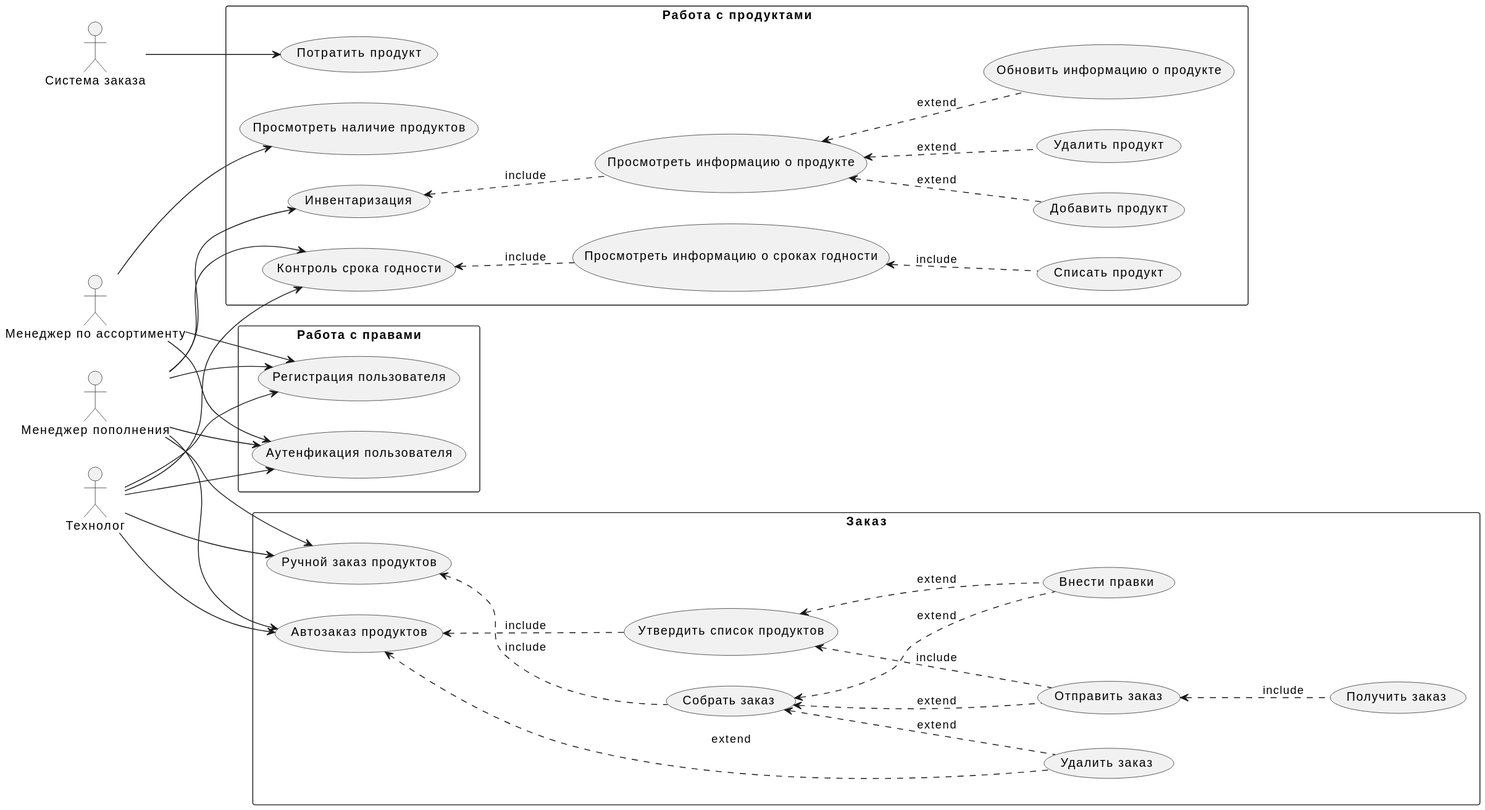
Above: site/diagrams/out/usecase.svg in KapustinaAnna/KapustinaAnna.github.io (PlantUML), before the change.
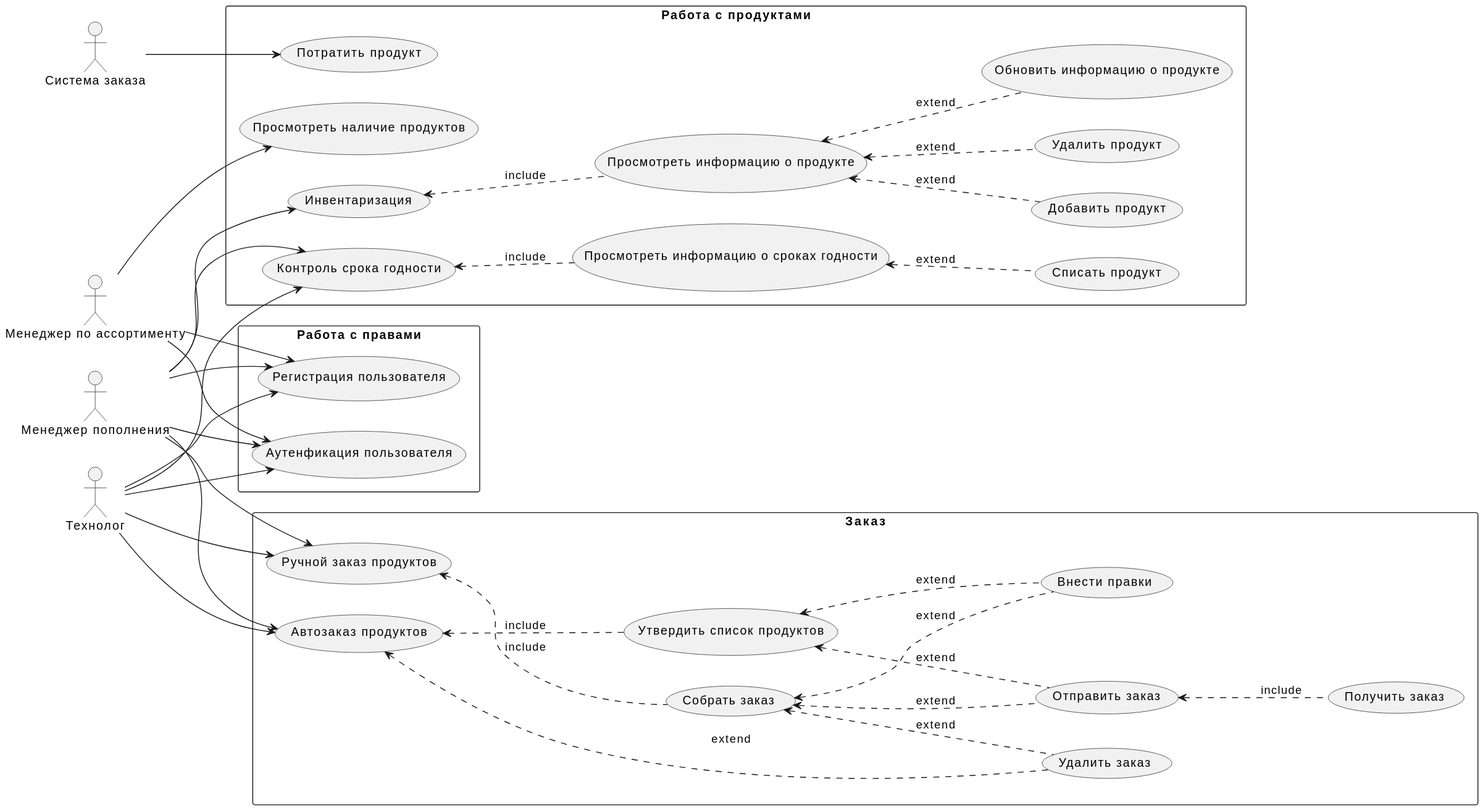
The same diagram one commit later.

The edit, as a diff of the source:
```diff
@@ -66,12 +66,12 @@
 AP<--AP0 #line.dashed; :include
 AP<--AP2 #line.dashed; :extend
 AP0<--AP1 #line.dashed; :extend
-AP0<--AP3 #line.dashed; :include
+AP0<--AP3 #line.dashed; :extend
 AP3<--AP4 #line.dashed; :include
 
 
 KS<--KS1#line.dashed; :include
-KS1<--KS2#line.dashed; :include
+KS1<--KS2#line.dashed; :extend
 
 
 UC1<--UC6 #line.dashed; :include
```
